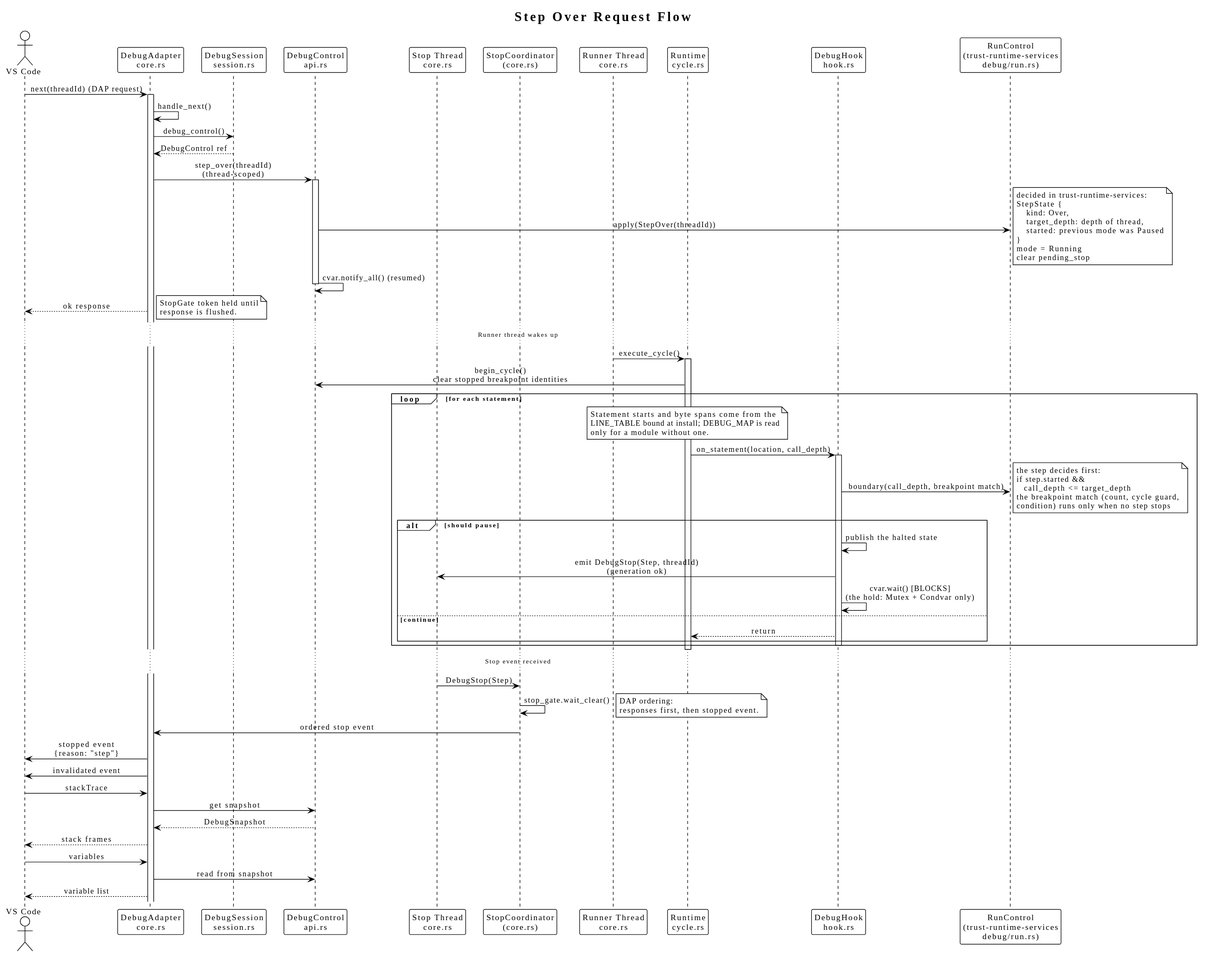
Earlier version of the PlantUML export docs/diagrams/generated/step-over-sequence.svg (johannesPettersson80/trust-platform).
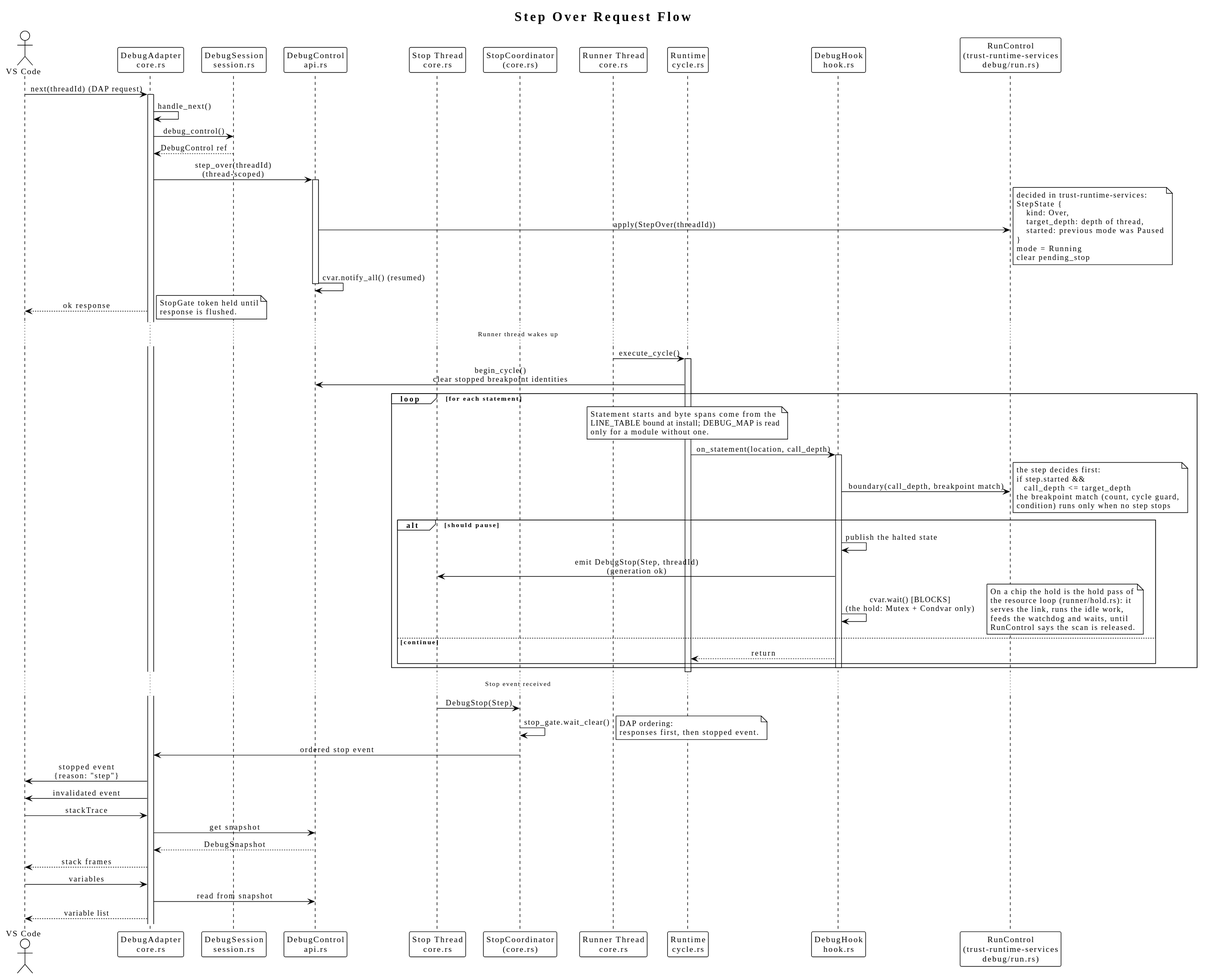
The same file after the commit.

What changed in the source:
```diff
@@ -72,6 +72,13 @@
         hook -> hook : publish the halted state
         hook -> stopThread : emit DebugStop(Step, threadId)\n(generation ok)
         hook -> hook : cvar.wait() [BLOCKS]\n(the hold: Mutex + Condvar only)
+        note right
+            On a chip the hold is the hold pass of
+            the resource loop (runner/hold.rs): it
+            serves the link, runs the idle work,
+            feeds the watchdog and waits, until
+            RunControl says the scan is released.
+        end note
     else continue
         hook --> runtime : return
     end
```
